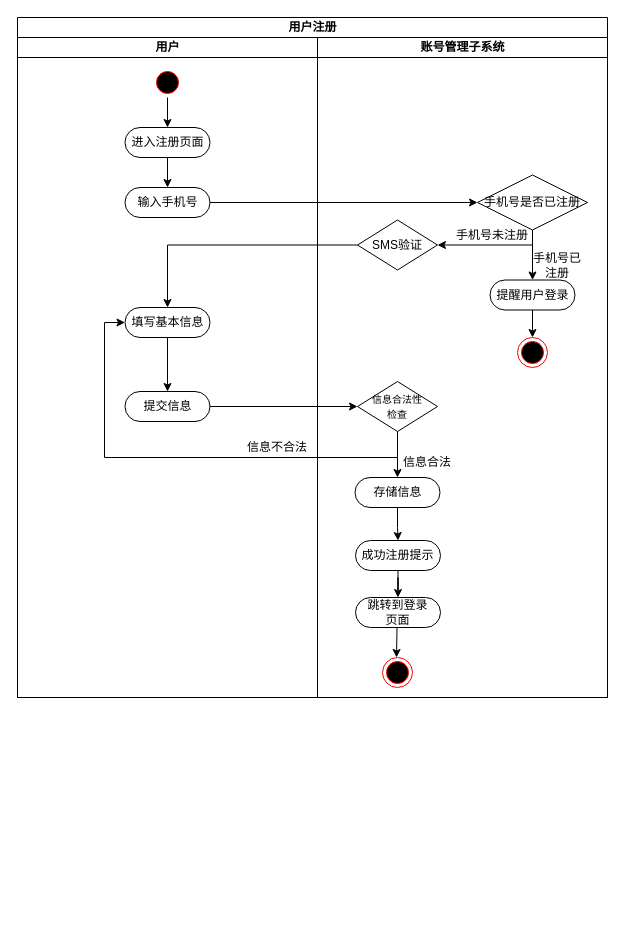
This is 注册活动图.drawio from PomeloLemon/SoftwareDiagrams, a draw.io file, before an edit. Source tidied: cells renumbered, new cells numbered last; positions are measured from the earlier drawing's top-left corner, leaving out a move shared by most shapes. Both pictures are drawn from the tidied source at 100%, with x=0, y=0 at pixel (17, 17).
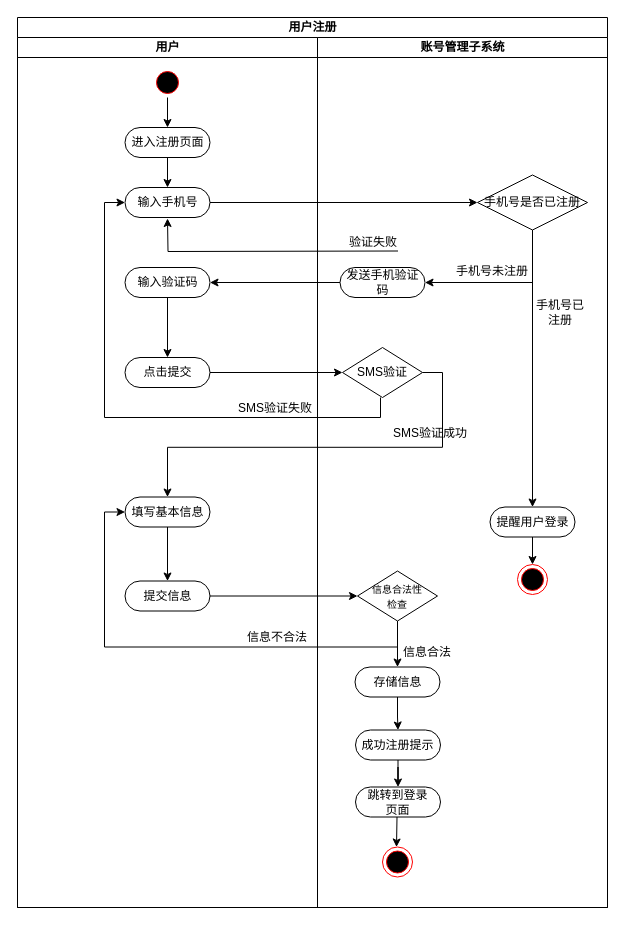
The same page after the edit.

Commit message:
更新注册活动图.drawio

Unchanged cells that the change refers to:
```xml
<mxCell id="8" value="输入手机号" style="rounded=1;whiteSpace=wrap;html=1;shadow=0;comic=0;labelBackgroundColor=none;strokeWidth=1;fontFamily=Verdana;fontSize=12;align=center;arcSize=50;" parent="3" vertex="1">
  <mxGeometry x="107.5" y="150" width="85" height="30" as="geometry" />
</mxCell>
```

Diff of the diagram source:
```diff
@@
     <mxCell id="2" value="用户注册" style="swimlane;startSize=20;html=1;" parent="1" vertex="1">
-      <mxGeometry width="590" height="680" as="geometry" />
+      <mxGeometry width="590" height="890" as="geometry" />
     </mxCell>
     <mxCell id="3" value="用户" style="swimlane;startSize=20;html=1;" parent="2" vertex="1">
-      <mxGeometry y="20" width="300" height="660" as="geometry" />
+      <mxGeometry y="20" width="300" height="870" as="geometry" />
     </mxCell>
@@
-    <mxCell id="9" style="edgeStyle=orthogonalEdgeStyle;rounded=0;jettySize=auto;html=1;entryX=0.5;entryY=0;entryDx=0;entryDy=0;" parent="3" edge="1" source="10" target="11">
-      <mxGeometry relative="1" as="geometry" />
-    </mxCell>
+    <mxCell id="37" value="SMS验证失败" style="text;html=1;strokeColor=none;fillColor=none;align=center;verticalAlign=middle;whiteSpace=wrap;rounded=0;" parent="3" vertex="1">
+      <mxGeometry x="218" y="356" width="80" height="30" as="geometry" />
+    </mxCell>
+    <mxCell id="13" value="账号管理子系统" style="swimlane;startSize=20;html=1;" parent="2" vertex="1">
+      <mxGeometry x="300" y="20" width="290" height="870" as="geometry" />
+    </mxCell>
+    <mxCell id="14" style="edgeStyle=orthogonalEdgeStyle;rounded=0;jettySize=auto;html=1;exitX=0.5;exitY=1;exitDx=0;exitDy=0;" parent="13" edge="1" source="16" target="18">
+      <mxGeometry relative="1" as="geometry" />
+    </mxCell>
+    <mxCell id="38" style="edgeStyle=orthogonalEdgeStyle;rounded=0;jettySize=auto;html=1;exitX=0.5;exitY=1;exitDx=0;exitDy=0;entryX=1;entryY=0.5;entryDx=0;entryDy=0;" parent="13" edge="1" source="16" target="45">
+      <mxGeometry relative="1" as="geometry" />
+    </mxCell>
+    <mxCell id="16" value="手机号是否已注册" style="rhombus;whiteSpace=wrap;html=1;" parent="13" vertex="1">
+      <mxGeometry x="160" y="137.5" width="110" height="55" as="geometry" />
+    </mxCell>
+    <mxCell id="19" value="手机号未注册" style="text;html=1;strokeColor=none;fillColor=none;align=center;verticalAlign=middle;whiteSpace=wrap;rounded=0;" parent="13" vertex="1">
+      <mxGeometry x="130" y="219" width="90" height="30" as="geometry" />
+    </mxCell>
+    <mxCell id="34" style="edgeStyle=orthogonalEdgeStyle;rounded=0;jettySize=auto;html=1;exitX=1;exitY=0.5;exitDx=0;exitDy=0;" parent="13" edge="1" source="22" target="10">
+      <mxGeometry relative="1" as="geometry" />
+    </mxCell>
+    <mxCell id="22" value="SMS验证" style="rhombus;whiteSpace=wrap;html=1;" parent="13" vertex="1">
+      <mxGeometry x="25" y="310" width="80" height="50" as="geometry" />
+    </mxCell>
+    <mxCell id="39" value="验证失败" style="text;html=1;strokeColor=none;fillColor=none;align=center;verticalAlign=middle;whiteSpace=wrap;rounded=0;" parent="13" vertex="1">
+      <mxGeometry x="26" y="190" width="60" height="30" as="geometry" />
+    </mxCell>
-    <mxCell id="10" value="填写基本信息" style="rounded=1;whiteSpace=wrap;html=1;shadow=0;comic=0;labelBackgroundColor=none;strokeWidth=1;fontFamily=Verdana;fontSize=12;align=center;arcSize=50;" parent="3" vertex="1">
-      <mxGeometry x="107.5" y="270" width="85" height="30" as="geometry" />
+    <mxCell id="10" value="填写基本信息" style="rounded=1;whiteSpace=wrap;html=1;shadow=0;comic=0;labelBackgroundColor=none;strokeWidth=1;fontFamily=Verdana;fontSize=12;align=center;arcSize=50;" parent="13" vertex="1">
+      <mxGeometry x="-192.5" y="459.5" width="85" height="30" as="geometry" />
     </mxCell>
-    <mxCell id="11" value="提交信息" style="rounded=1;whiteSpace=wrap;html=1;shadow=0;comic=0;labelBackgroundColor=none;strokeWidth=1;fontFamily=Verdana;fontSize=12;align=center;arcSize=50;" parent="3" vertex="1">
-      <mxGeometry x="107.5" y="354" width="85" height="30" as="geometry" />
+    <mxCell id="11" value="提交信息" style="rounded=1;whiteSpace=wrap;html=1;shadow=0;comic=0;labelBackgroundColor=none;strokeWidth=1;fontFamily=Verdana;fontSize=12;align=center;arcSize=50;" parent="13" vertex="1">
+      <mxGeometry x="-192.5" y="543.5" width="85" height="30" as="geometry" />
     </mxCell>
-    <mxCell id="12" value="信息不合法" style="text;html=1;strokeColor=none;fillColor=none;align=center;verticalAlign=middle;whiteSpace=wrap;rounded=0;" parent="3" vertex="1">
-      <mxGeometry x="220" y="395" width="80" height="30" as="geometry" />
+    <mxCell id="12" value="信息不合法" style="text;html=1;strokeColor=none;fillColor=none;align=center;verticalAlign=middle;whiteSpace=wrap;rounded=0;" parent="13" vertex="1">
+      <mxGeometry x="-80" y="584.5" width="80" height="30" as="geometry" />
     </mxCell>
-    <mxCell id="13" value="账号管理子系统" style="swimlane;startSize=20;html=1;" parent="2" vertex="1">
-      <mxGeometry x="300" y="20" width="290" height="660" as="geometry" />
-    </mxCell>
-    <mxCell id="14" style="edgeStyle=orthogonalEdgeStyle;rounded=0;jettySize=auto;html=1;exitX=0.5;exitY=1;exitDx=0;exitDy=0;" parent="13" edge="1" source="16" target="18">
-      <mxGeometry relative="1" as="geometry" />
-    </mxCell>
-    <mxCell id="15" style="edgeStyle=orthogonalEdgeStyle;rounded=0;jettySize=auto;html=1;entryX=1;entryY=0.5;entryDx=0;entryDy=0;" parent="13" edge="1" source="16" target="22">
-      <mxGeometry relative="1" as="geometry">
-        <Array as="points">
-          <mxPoint x="215" y="208" />
-        </Array>
-      </mxGeometry>
-    </mxCell>
-    <mxCell id="16" value="手机号是否已注册" style="rhombus;whiteSpace=wrap;html=1;" parent="13" vertex="1">
-      <mxGeometry x="160" y="137.5" width="110" height="55" as="geometry" />
-    </mxCell>
@@
+    <mxCell id="9" style="edgeStyle=orthogonalEdgeStyle;rounded=0;jettySize=auto;html=1;entryX=0.5;entryY=0;entryDx=0;entryDy=0;" parent="13" edge="1" source="10" target="11">
+      <mxGeometry relative="1" as="geometry" />
+    </mxCell>
     <mxCell id="18" value="提醒用户登录" style="rounded=1;whiteSpace=wrap;html=1;shadow=0;comic=0;labelBackgroundColor=none;strokeWidth=1;fontFamily=Verdana;fontSize=12;align=center;arcSize=50;" parent="13" vertex="1">
-      <mxGeometry x="172.5" y="242.5" width="85" height="30" as="geometry" />
+      <mxGeometry x="172.5" y="469.5" width="85" height="30" as="geometry" />
     </mxCell>
-    <mxCell id="19" value="手机号未注册" style="text;html=1;strokeColor=none;fillColor=none;align=center;verticalAlign=middle;whiteSpace=wrap;rounded=0;" parent="13" vertex="1">
-      <mxGeometry x="130" y="182.5" width="90" height="30" as="geometry" />
-    </mxCell>
     <mxCell id="20" value="手机号已注册" style="text;html=1;strokeColor=none;fillColor=none;align=center;verticalAlign=middle;whiteSpace=wrap;rounded=0;" parent="13" vertex="1">
-      <mxGeometry x="210" y="212.5" width="60" height="30" as="geometry" />
+      <mxGeometry x="213" y="260" width="60" height="30" as="geometry" />
     </mxCell>
     <mxCell id="21" style="ellipse;html=1;shape=endState;fillColor=#000000;strokeColor=#ff0000;" parent="13" vertex="1">
-      <mxGeometry x="200" y="300" width="30" height="30" as="geometry" />
+      <mxGeometry x="200" y="527" width="30" height="30" as="geometry" />
     </mxCell>
-    <mxCell id="22" value="SMS验证" style="rhombus;whiteSpace=wrap;html=1;" parent="13" vertex="1">
-      <mxGeometry x="40" y="182.5" width="80" height="50" as="geometry" />
-    </mxCell>
@@
     <mxCell id="24" value="&lt;font style=&quot;font-size: 10px;&quot;&gt;信息合法性&lt;br&gt;检查&lt;/font&gt;" style="rhombus;whiteSpace=wrap;html=1;" parent="13" vertex="1">
-      <mxGeometry x="40" y="344" width="80" height="50" as="geometry" />
+      <mxGeometry x="40" y="533.5" width="80" height="50" as="geometry" />
     </mxCell>
@@
     <mxCell id="26" value="存储信息" style="rounded=1;whiteSpace=wrap;html=1;shadow=0;comic=0;labelBackgroundColor=none;strokeWidth=1;fontFamily=Verdana;fontSize=12;align=center;arcSize=50;" parent="13" vertex="1">
-      <mxGeometry x="37.5" y="440" width="85" height="30" as="geometry" />
+      <mxGeometry x="37.5" y="629.5" width="85" height="30" as="geometry" />
     </mxCell>
     <mxCell id="27" value="信息合法" style="text;html=1;strokeColor=none;fillColor=none;align=center;verticalAlign=middle;whiteSpace=wrap;rounded=0;" parent="13" vertex="1">
-      <mxGeometry x="80" y="410" width="60" height="30" as="geometry" />
+      <mxGeometry x="80" y="599.5" width="60" height="30" as="geometry" />
     </mxCell>
@@
     <mxCell id="29" value="成功注册提示" style="rounded=1;whiteSpace=wrap;html=1;shadow=0;comic=0;labelBackgroundColor=none;strokeWidth=1;fontFamily=Verdana;fontSize=12;align=center;arcSize=50;" parent="13" vertex="1">
-      <mxGeometry x="38" y="503" width="85" height="30" as="geometry" />
+      <mxGeometry x="38" y="692.5" width="85" height="30" as="geometry" />
     </mxCell>
     <mxCell id="30" style="edgeStyle=orthogonalEdgeStyle;rounded=0;orthogonalLoop=1;jettySize=auto;html=1;" parent="13" edge="1">
       <mxGeometry relative="1" as="geometry">
-        <mxPoint x="79.5" y="590" as="sourcePoint" />
-        <mxPoint x="79" y="620" as="targetPoint" />
+        <mxPoint x="79.5" y="779.5" as="sourcePoint" />
+        <mxPoint x="79" y="809.5" as="targetPoint" />
       </mxGeometry>
     </mxCell>
     <mxCell id="31" value="跳转到登录&lt;br&gt;页面" style="rounded=1;whiteSpace=wrap;html=1;shadow=0;comic=0;labelBackgroundColor=none;strokeWidth=1;fontFamily=Verdana;fontSize=12;align=center;arcSize=50;" parent="13" vertex="1">
-      <mxGeometry x="38" y="560" width="85" height="30" as="geometry" />
+      <mxGeometry x="38" y="749.5" width="85" height="30" as="geometry" />
     </mxCell>
     <mxCell id="32" style="ellipse;html=1;shape=endState;fillColor=#000000;strokeColor=#ff0000;" parent="13" vertex="1">
-      <mxGeometry x="65" y="620" width="30" height="30" as="geometry" />
+      <mxGeometry x="65" y="809.5" width="30" height="30" as="geometry" />
     </mxCell>
-    <mxCell id="33" style="edgeStyle=orthogonalEdgeStyle;rounded=0;jettySize=auto;html=1;entryX=0;entryY=0.5;entryDx=0;entryDy=0;" parent="2" edge="1" source="8" target="16">
-      <mxGeometry relative="1" as="geometry" />
-    </mxCell>
-    <mxCell id="34" style="edgeStyle=orthogonalEdgeStyle;rounded=0;jettySize=auto;html=1;" parent="2" edge="1" source="22" target="10">
-      <mxGeometry relative="1" as="geometry" />
-    </mxCell>
-    <mxCell id="35" style="edgeStyle=orthogonalEdgeStyle;rounded=0;jettySize=auto;html=1;entryX=0;entryY=0.5;entryDx=0;entryDy=0;" parent="2" edge="1" source="11" target="24">
+    <mxCell id="35" style="edgeStyle=orthogonalEdgeStyle;rounded=0;jettySize=auto;html=1;entryX=0;entryY=0.5;entryDx=0;entryDy=0;" parent="13" edge="1" source="11" target="24">
       <mxGeometry relative="1" as="geometry" />
     </mxCell>
-    <mxCell id="36" style="edgeStyle=orthogonalEdgeStyle;rounded=0;jettySize=auto;html=1;entryX=0;entryY=0.5;entryDx=0;entryDy=0;" parent="2" edge="1" source="24" target="10">
+    <mxCell id="36" style="edgeStyle=orthogonalEdgeStyle;rounded=0;jettySize=auto;html=1;entryX=0;entryY=0.5;entryDx=0;entryDy=0;" parent="13" edge="1" source="24" target="10">
       <mxGeometry relative="1" as="geometry">
         <Array as="points">
-          <mxPoint x="380" y="440" />
-          <mxPoint x="87" y="440" />
-          <mxPoint x="87" y="305" />
+          <mxPoint x="80" y="609.5" />
+          <mxPoint x="-213" y="609.5" />
+          <mxPoint x="-213" y="474.5" />
         </Array>
       </mxGeometry>
     </mxCell>
+    <mxCell id="40" value="输入验证码" style="rounded=1;whiteSpace=wrap;html=1;shadow=0;comic=0;labelBackgroundColor=none;strokeWidth=1;fontFamily=Verdana;fontSize=12;align=center;arcSize=50;" parent="13" vertex="1">
+      <mxGeometry x="-192.5" y="230" width="85" height="30" as="geometry" />
+    </mxCell>
+    <mxCell id="41" style="edgeStyle=orthogonalEdgeStyle;rounded=0;jettySize=auto;html=1;exitX=1;exitY=0.5;exitDx=0;exitDy=0;entryX=0;entryY=0.5;entryDx=0;entryDy=0;" parent="13" edge="1" source="42" target="22">
+      <mxGeometry relative="1" as="geometry" />
+    </mxCell>
+    <mxCell id="42" value="点击提交" style="rounded=1;whiteSpace=wrap;html=1;shadow=0;comic=0;labelBackgroundColor=none;strokeWidth=1;fontFamily=Verdana;fontSize=12;align=center;arcSize=50;" parent="13" vertex="1">
+      <mxGeometry x="-192.5" y="320" width="85" height="30" as="geometry" />
+    </mxCell>
+    <mxCell id="43" style="edgeStyle=orthogonalEdgeStyle;rounded=0;jettySize=auto;html=1;entryX=0.5;entryY=0;entryDx=0;entryDy=0;" parent="13" edge="1" source="40" target="42">
+      <mxGeometry relative="1" as="geometry" />
+    </mxCell>
+    <mxCell id="44" style="edgeStyle=orthogonalEdgeStyle;rounded=0;jettySize=auto;html=1;" parent="13" edge="1" source="45" target="40">
+      <mxGeometry relative="1" as="geometry" />
+    </mxCell>
+    <mxCell id="45" value="发送手机验证码" style="rounded=1;whiteSpace=wrap;html=1;shadow=0;comic=0;labelBackgroundColor=none;strokeWidth=1;fontFamily=Verdana;fontSize=12;align=center;arcSize=50;" parent="13" vertex="1">
+      <mxGeometry x="22.5" y="230" width="85" height="30" as="geometry" />
+    </mxCell>
+    <mxCell id="46" value="SMS验证成功" style="text;html=1;strokeColor=none;fillColor=none;align=center;verticalAlign=middle;whiteSpace=wrap;rounded=0;" parent="13" vertex="1">
+      <mxGeometry x="73" y="381" width="80" height="30" as="geometry" />
+    </mxCell>
+    <mxCell id="33" style="edgeStyle=orthogonalEdgeStyle;rounded=0;jettySize=auto;html=1;entryX=0;entryY=0.5;entryDx=0;entryDy=0;" parent="2" edge="1" source="8" target="16">
+      <mxGeometry relative="1" as="geometry" />
+    </mxCell>
+    <mxCell id="47" style="edgeStyle=orthogonalEdgeStyle;rounded=0;orthogonalLoop=1;jettySize=auto;html=1;exitX=0.5;exitY=0;exitDx=0;exitDy=0;entryX=0.5;entryY=1;entryDx=0;entryDy=0;" parent="2" edge="1">
+      <mxGeometry relative="1" as="geometry">
+        <mxPoint x="380.5" y="233.5" as="sourcePoint" />
+        <mxPoint x="150" y="201" as="targetPoint" />
+      </mxGeometry>
+    </mxCell>
+    <mxCell id="48" style="edgeStyle=orthogonalEdgeStyle;rounded=0;jettySize=auto;html=1;exitX=0;exitY=0;exitDx=0;exitDy=0;entryX=0;entryY=0.5;entryDx=0;entryDy=0;" parent="2" edge="1" target="8">
+      <mxGeometry relative="1" as="geometry">
+        <mxPoint x="363" y="380" as="sourcePoint" />
+        <Array as="points">
+          <mxPoint x="363" y="400" />
+          <mxPoint x="87" y="400" />
+          <mxPoint x="87" y="185" />
+        </Array>
+      </mxGeometry>
+    </mxCell>
```
